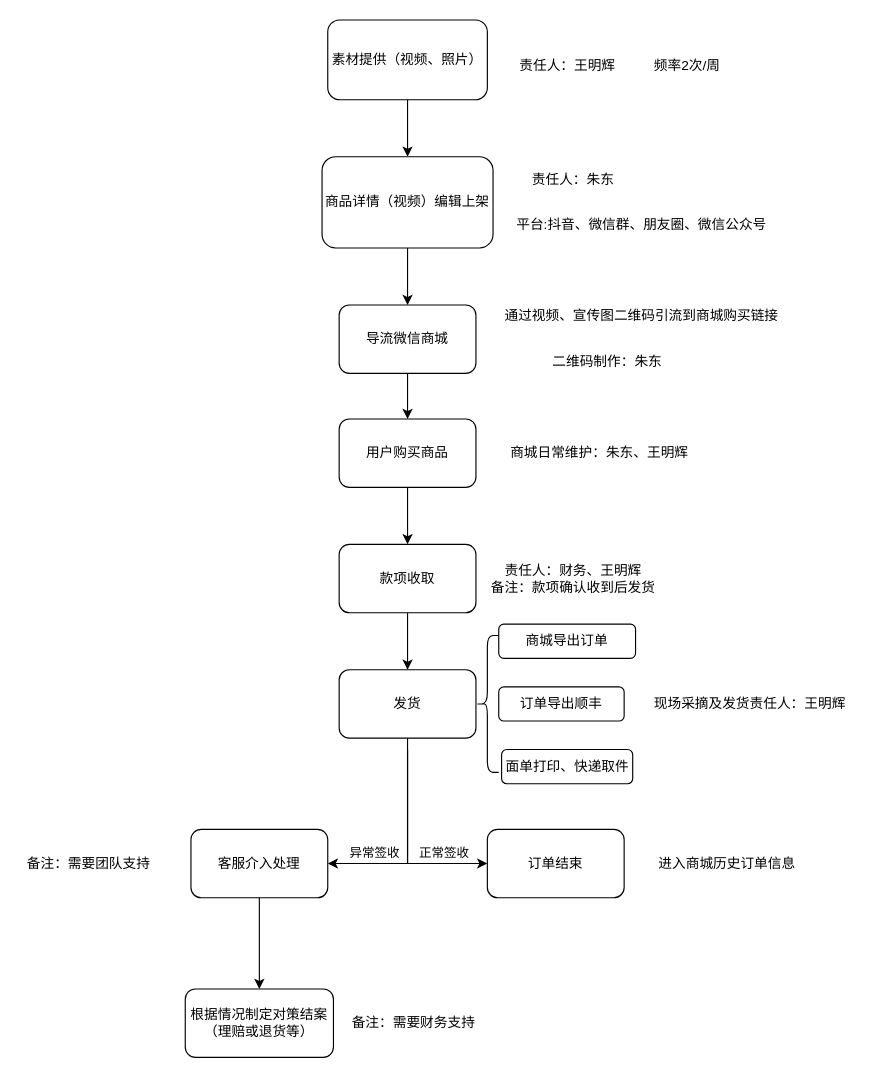
Earlier version of the draw.io diagram Untitled Diagram.drawio (SaKuSama/xiaozhuyaoyao). Source tidied: cells renumbered, new cells numbered last; positions are measured from the earlier drawing's top-left corner, leaving out a move shared by most shapes. Both pictures are drawn from the tidied source at 114%, with x=0, y=0 at pixel (19, 19).
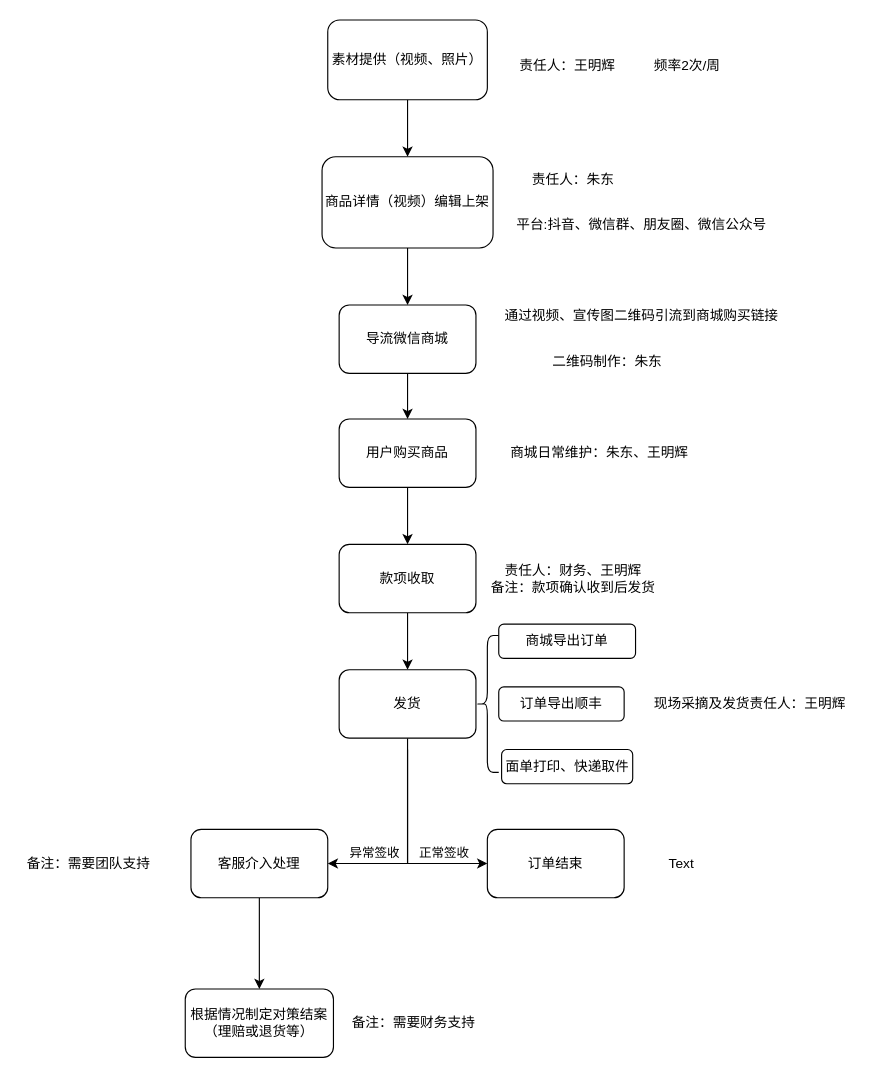
Above is the later version.

Diff of the diagram source:
```diff
@@
-    <mxCell id="36" value="进入商城历史订单信息" style="text;html=1;align=center;verticalAlign=middle;" parent="1" vertex="1">
-      <mxGeometry x="550" y="730" width="140" height="20" as="geometry" />
+    <mxCell id="36" value="Text" style="text;html=1;align=center;verticalAlign=middle;" parent="1" vertex="1">
+      <mxGeometry x="560" y="730" width="40" height="20" as="geometry" />
     </mxCell>
```
